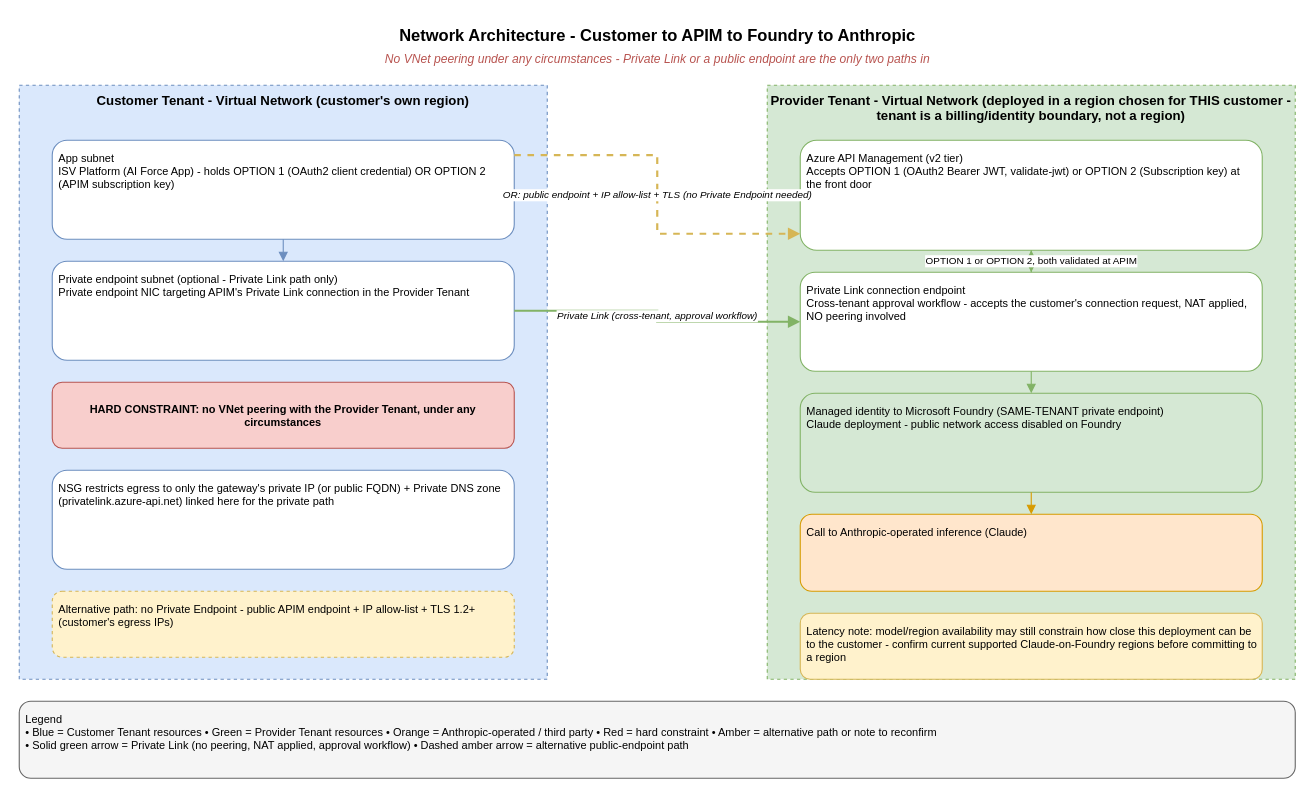
Earlier version of the draw.io diagram diagrams/07-network-architecture.drawio (shaleen-wonder-ent/Cross-Tenant-AI-Gateway). Source tidied: cells renumbered, new cells numbered last; positions are measured from the earlier drawing's top-left corner, leaving out a move shared by most shapes. Both pictures are drawn from the tidied source at 110%, with x=0, y=0 at pixel (19, 19).
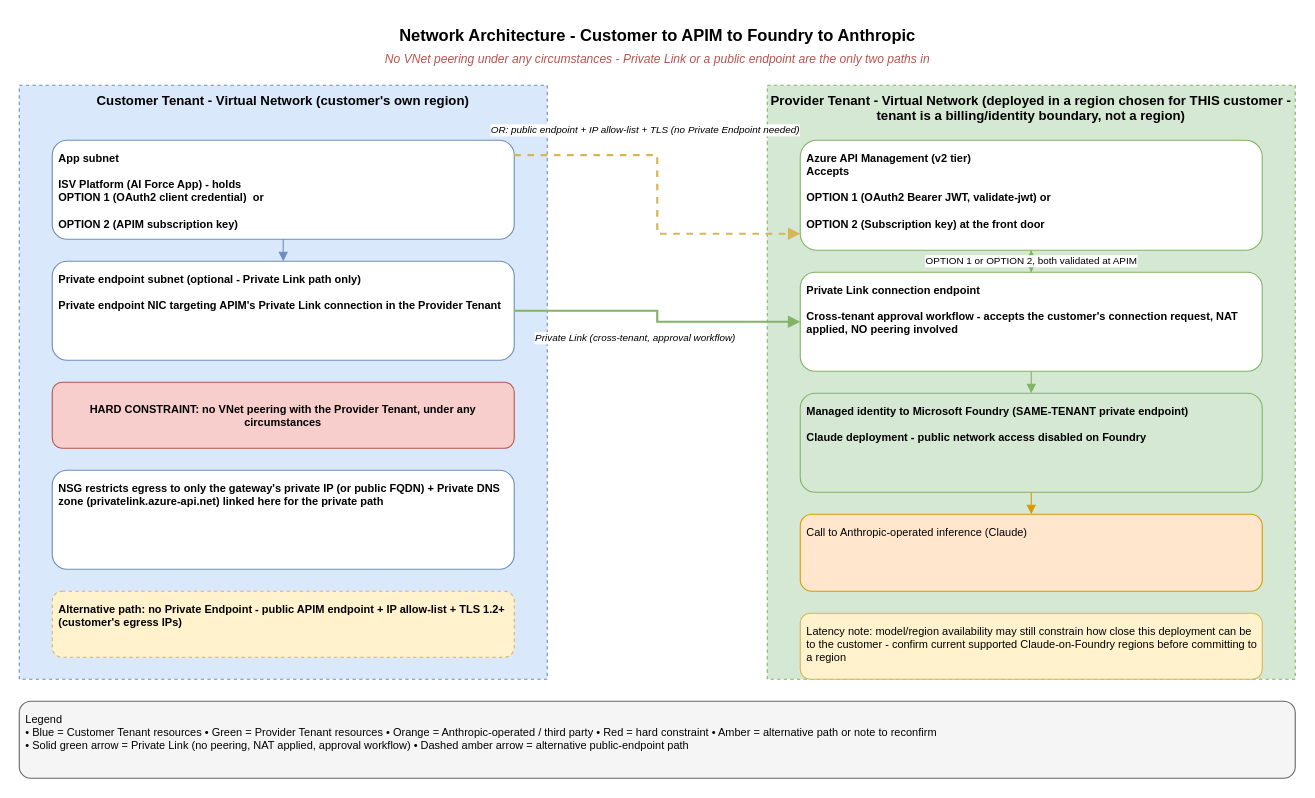
The same diagram, later.

The edit, as a diff of the source:
```diff
@@
-    <mxCell id="6" value="App subnet&lt;br&gt;ISV Platform (AI Force App) - holds OPTION 1 (OAuth2 client credential) OR OPTION 2 (APIM subscription key)" style="rounded=1;whiteSpace=wrap;html=1;align=left;verticalAlign=top;spacing=6;fontSize=10;fillColor=#ffffff;strokeColor=#6c8ebf;" parent="1" vertex="1">
+    <mxCell id="6" value="App subnet&lt;div&gt;&lt;font color=&quot;#000000&quot;&gt;&lt;br&gt;&lt;/font&gt;ISV Platform (AI Force App) - holds&amp;nbsp;&lt;/div&gt;&lt;div&gt;OPTION 1 (OAuth2 client credential)&amp;nbsp; or&lt;/div&gt;&lt;div&gt;&amp;nbsp;&lt;/div&gt;&lt;div&gt;OPTION 2 (APIM subscription key)&lt;/div&gt;" style="rounded=1;whiteSpace=wrap;html=1;align=left;verticalAlign=top;spacing=6;fontSize=10;fillColor=#ffffff;strokeColor=#6c8ebf;fontStyle=1;" parent="1" vertex="1">
       <mxGeometry x="30" y="110" width="420" height="90" as="geometry" />
     </mxCell>
-    <mxCell id="7" value="Private endpoint subnet (optional - Private Link path only)&lt;br&gt;Private endpoint NIC targeting APIM's Private Link connection in the Provider Tenant" style="rounded=1;whiteSpace=wrap;html=1;align=left;verticalAlign=top;spacing=6;fontSize=10;fillColor=#ffffff;strokeColor=#6c8ebf;" parent="1" vertex="1">
+    <mxCell id="7" value="Private endpoint subnet (optional - Private Link path only)&lt;div&gt;&lt;font color=&quot;#000000&quot;&gt;&lt;br&gt;&lt;/font&gt;Private endpoint NIC targeting APIM's Private Link connection in the Provider Tenant&lt;/div&gt;" style="rounded=1;whiteSpace=wrap;html=1;align=left;verticalAlign=top;spacing=6;fontSize=10;fillColor=#ffffff;strokeColor=#6c8ebf;fontStyle=1;" parent="1" vertex="1">
       <mxGeometry x="30" y="220" width="420" height="90" as="geometry" />
     </mxCell>
@@
-    <mxCell id="9" value="NSG restricts egress to only the gateway's private IP (or public FQDN) + Private DNS zone (privatelink.azure-api.net) linked here for the private path" style="rounded=1;whiteSpace=wrap;html=1;align=left;verticalAlign=top;spacing=6;fontSize=10;fillColor=#ffffff;strokeColor=#6c8ebf;" parent="1" vertex="1">
+    <mxCell id="9" value="NSG restricts egress to only the gateway's private IP (or public FQDN) + Private DNS zone (privatelink.azure-api.net) linked here for the private path" style="rounded=1;whiteSpace=wrap;html=1;align=left;verticalAlign=top;spacing=6;fontSize=10;fillColor=#ffffff;strokeColor=#6c8ebf;fontStyle=1;" parent="1" vertex="1">
       <mxGeometry x="30" y="410" width="420" height="90" as="geometry" />
     </mxCell>
-    <mxCell id="10" value="Alternative path: no Private Endpoint - public APIM endpoint + IP allow-list + TLS 1.2+ (customer's egress IPs)" style="rounded=1;whiteSpace=wrap;html=1;dashed=1;align=left;verticalAlign=top;spacing=6;fontSize=10;fillColor=#fff2cc;strokeColor=#d6b656;" parent="1" vertex="1">
+    <mxCell id="10" value="Alternative path: no Private Endpoint - public APIM endpoint + IP allow-list + TLS 1.2+ (customer's egress IPs)" style="rounded=1;whiteSpace=wrap;html=1;dashed=1;align=left;verticalAlign=top;spacing=6;fontSize=10;fillColor=#fff2cc;strokeColor=#d6b656;fontStyle=1;" parent="1" vertex="1">
       <mxGeometry x="30" y="520" width="420" height="60" as="geometry" />
     </mxCell>
-    <mxCell id="11" value="Azure API Management (v2 tier)&lt;br&gt;Accepts OPTION 1 (OAuth2 Bearer JWT, validate-jwt) or OPTION 2 (Subscription key) at the front door" style="rounded=1;whiteSpace=wrap;html=1;align=left;verticalAlign=top;spacing=6;fontSize=10;fillColor=#ffffff;strokeColor=#82b366;" parent="1" vertex="1">
+    <mxCell id="11" value="Azure API Management (v2 tier)&lt;br&gt;Accepts&amp;nbsp;&lt;div&gt;&lt;br&gt;&lt;/div&gt;&lt;div&gt;OPTION 1 (OAuth2 Bearer JWT, validate-jwt) or&amp;nbsp;&lt;/div&gt;&lt;div&gt;&lt;br&gt;&lt;/div&gt;&lt;div&gt;OPTION 2 (Subscription key) at the front door&lt;/div&gt;" style="rounded=1;whiteSpace=wrap;html=1;align=left;verticalAlign=top;spacing=6;fontSize=10;fillColor=#ffffff;strokeColor=#82b366;fontStyle=1;" parent="1" vertex="1">
       <mxGeometry x="710" y="110" width="420" height="100" as="geometry" />
     </mxCell>
-    <mxCell id="12" value="Private Link connection endpoint&lt;br&gt;Cross-tenant approval workflow - accepts the customer's connection request, NAT applied, NO peering involved" style="rounded=1;whiteSpace=wrap;html=1;align=left;verticalAlign=top;spacing=6;fontSize=10;fillColor=#ffffff;strokeColor=#82b366;" parent="1" vertex="1">
+    <mxCell id="12" value="Private Link connection endpoint&lt;div&gt;&lt;font color=&quot;#000000&quot;&gt;&lt;br&gt;&lt;/font&gt;Cross-tenant approval workflow - accepts the customer's connection request, NAT applied, NO peering involved&lt;/div&gt;" style="rounded=1;whiteSpace=wrap;html=1;align=left;verticalAlign=top;spacing=6;fontSize=10;fillColor=#ffffff;strokeColor=#82b366;fontStyle=1;" parent="1" vertex="1">
       <mxGeometry x="710" y="230" width="420" height="90" as="geometry" />
     </mxCell>
-    <mxCell id="13" value="Managed identity to Microsoft Foundry (SAME-TENANT private endpoint)&lt;br&gt;Claude deployment - public network access disabled on Foundry" style="rounded=1;whiteSpace=wrap;html=1;align=left;verticalAlign=top;spacing=6;fontSize=10;fillColor=#d5e8d4;strokeColor=#82b366;" parent="1" vertex="1">
+    <mxCell id="13" value="Managed identity to Microsoft Foundry (SAME-TENANT private endpoint)&lt;br&gt;&lt;br&gt;&lt;div&gt;Claude deployment - public network access disabled on Foundry&lt;/div&gt;" style="rounded=1;whiteSpace=wrap;html=1;align=left;verticalAlign=top;spacing=6;fontSize=10;fillColor=#d5e8d4;strokeColor=#82b366;fontStyle=1;" parent="1" vertex="1">
       <mxGeometry x="710" y="340" width="420" height="90" as="geometry" />
     </mxCell>
@@
     <mxCell id="17" value="Private Link (cross-tenant, approval workflow)" style="edgeStyle=orthogonalEdgeStyle;rounded=0;html=1;endArrow=block;strokeColor=#82b366;strokeWidth=2;fontSize=9;fontStyle=2;exitX=1;exitY=0.5;entryX=0;entryY=0.5;" parent="1" edge="1" source="7" target="12">
-      <mxGeometry relative="1" as="geometry" />
+      <mxGeometry x="0.04" y="-25" relative="1" as="geometry">
+        <mxPoint x="-20" y="-10" as="offset" />
+      </mxGeometry>
     </mxCell>
     <mxCell id="18" value="OR: public endpoint + IP allow-list + TLS (no Private Endpoint needed)" style="edgeStyle=orthogonalEdgeStyle;rounded=0;html=1;endArrow=block;dashed=1;strokeColor=#d6b656;strokeWidth=2;fontSize=9;fontStyle=2;exitX=1;exitY=0.15;entryX=0;entryY=0.85;" parent="1" edge="1" source="6" target="11">
-      <mxGeometry relative="1" as="geometry" />
+      <mxGeometry x="-0.28" y="24" relative="1" as="geometry">
+        <mxPoint y="1" as="offset" />
+      </mxGeometry>
     </mxCell>
```
